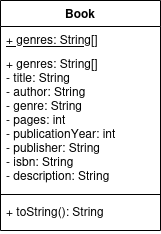
This is 06-ConceptualModeling/13/Book class diagram.png from konradkubczyk/pp3, a draw.io export, as it was before one commit. Source tidied: cells renumbered, new cells last; positions are measured from the earlier drawing's top-left corner, leaving out a move shared by most shapes. Its diagram source:
```xml
<mxGraphModel>
  <root>
    <mxCell id="0" />
    <mxCell id="1" parent="0" />
    <mxCell id="2" value="Book" style="swimlane;fontStyle=1;align=center;verticalAlign=top;horizontal=1;startSize=26;" parent="1" vertex="1">
      <mxGeometry width="160" height="230" as="geometry" />
    </mxCell>
    <mxCell id="3" value="+ genres: String[]&#10;&#10;" style="text;strokeColor=none;fillColor=none;align=left;verticalAlign=top;spacingLeft=4;spacingRight=4;overflow=hidden;fontStyle=4;" parent="2" vertex="1">
      <mxGeometry y="26" width="160" height="24" as="geometry" />
    </mxCell>
    <mxCell id="4" value="+ genres: String[]&#10;- title: String&#10;- author: String&#10;- genre: String&#10;- pages: int&#10;- publicationYear: int&#10;- publisher: String&#10;- isbn: String&#10;- description: String&#10;&#10;&#10;" style="text;strokeColor=none;fillColor=none;align=left;verticalAlign=top;spacingLeft=4;spacingRight=4;overflow=hidden;fontStyle=0;" parent="2" vertex="1">
      <mxGeometry y="50" width="160" height="140" as="geometry" />
    </mxCell>
    <mxCell id="5" style="line;strokeWidth=1;fillColor=none;align=left;verticalAlign=middle;spacingTop=-1;spacingLeft=3;spacingRight=3;labelPosition=right;strokeColor=inherit;" parent="2" vertex="1">
      <mxGeometry y="190" width="160" height="8" as="geometry" />
    </mxCell>
    <mxCell id="6" value="+ toString(): String" style="text;strokeColor=none;fillColor=none;align=left;verticalAlign=top;spacingLeft=4;spacingRight=4;overflow=hidden;" parent="2" vertex="1">
      <mxGeometry y="198" width="160" height="32" as="geometry" />
    </mxCell>
  </root>
</mxGraphModel>
```
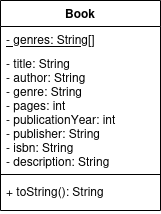
The same diagram one commit later.

Commit message:
Make static genress array private

Diff of the diagram source:
```diff
@@ -3,19 +3,19 @@
     <mxCell id="0" />
     <mxCell id="1" parent="0" />
     <mxCell id="2" value="Book" style="swimlane;fontStyle=1;align=center;verticalAlign=top;horizontal=1;startSize=26;" parent="1" vertex="1">
-      <mxGeometry width="160" height="230" as="geometry" />
+      <mxGeometry width="160" height="210" as="geometry" />
     </mxCell>
-    <mxCell id="3" value="+ genres: String[]&#10;&#10;" style="text;strokeColor=none;fillColor=none;align=left;verticalAlign=top;spacingLeft=4;spacingRight=4;overflow=hidden;fontStyle=4;" parent="2" vertex="1">
+    <mxCell id="3" value="- genres: String[]&#10;&#10;" style="text;strokeColor=none;fillColor=none;align=left;verticalAlign=top;spacingLeft=4;spacingRight=4;overflow=hidden;fontStyle=4;" parent="2" vertex="1">
       <mxGeometry y="26" width="160" height="24" as="geometry" />
     </mxCell>
-    <mxCell id="4" value="+ genres: String[]&#10;- title: String&#10;- author: String&#10;- genre: String&#10;- pages: int&#10;- publicationYear: int&#10;- publisher: String&#10;- isbn: String&#10;- description: String&#10;&#10;&#10;" style="text;strokeColor=none;fillColor=none;align=left;verticalAlign=top;spacingLeft=4;spacingRight=4;overflow=hidden;fontStyle=0;" parent="2" vertex="1">
-      <mxGeometry y="50" width="160" height="140" as="geometry" />
+    <mxCell id="4" value="- title: String&#10;- author: String&#10;- genre: String&#10;- pages: int&#10;- publicationYear: int&#10;- publisher: String&#10;- isbn: String&#10;- description: String&#10;&#10;&#10;" style="text;strokeColor=none;fillColor=none;align=left;verticalAlign=top;spacingLeft=4;spacingRight=4;overflow=hidden;fontStyle=0;" parent="2" vertex="1">
+      <mxGeometry y="50" width="160" height="120" as="geometry" />
     </mxCell>
     <mxCell id="5" style="line;strokeWidth=1;fillColor=none;align=left;verticalAlign=middle;spacingTop=-1;spacingLeft=3;spacingRight=3;labelPosition=right;strokeColor=inherit;" parent="2" vertex="1">
-      <mxGeometry y="190" width="160" height="8" as="geometry" />
+      <mxGeometry y="170" width="160" height="8" as="geometry" />
     </mxCell>
     <mxCell id="6" value="+ toString(): String" style="text;strokeColor=none;fillColor=none;align=left;verticalAlign=top;spacingLeft=4;spacingRight=4;overflow=hidden;" parent="2" vertex="1">
-      <mxGeometry y="198" width="160" height="32" as="geometry" />
+      <mxGeometry y="178" width="160" height="32" as="geometry" />
     </mxCell>
   </root>
 </mxGraphModel>
```
